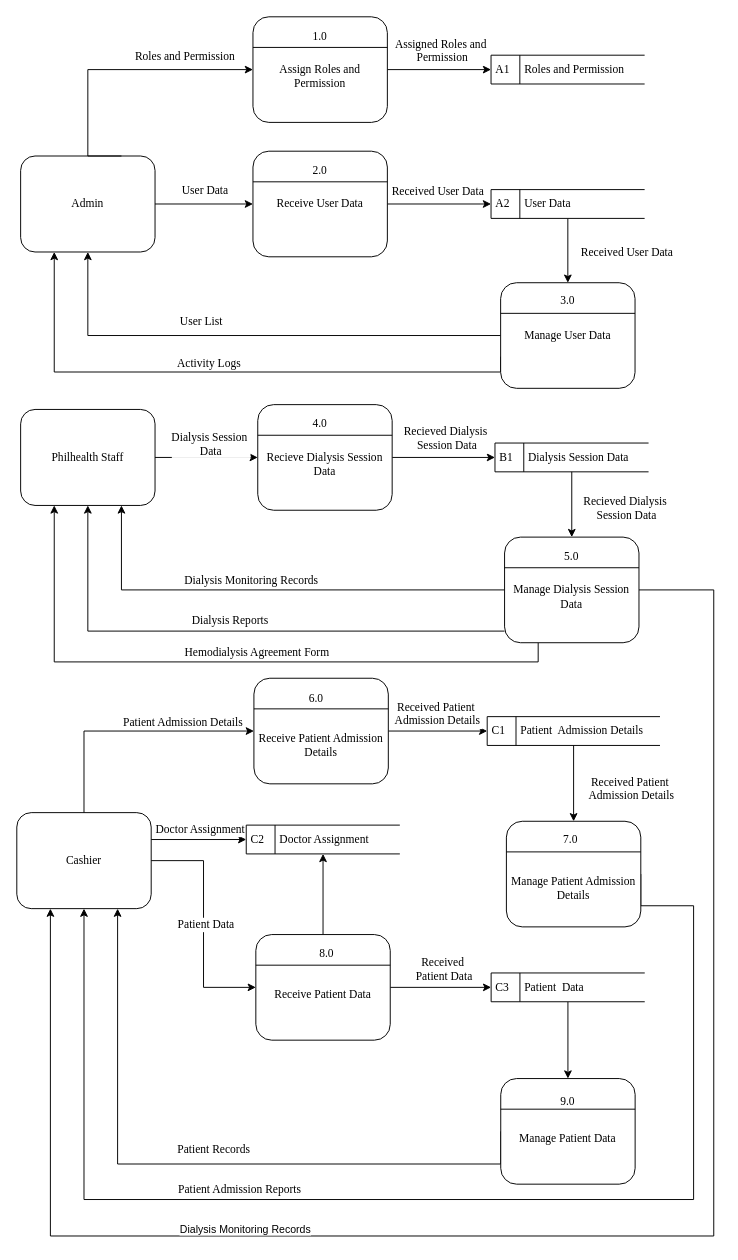
Earlier version of the draw.io diagram dataFlowDiagram.drawio (ferry-domingo/diagramDialySave). Source tidied: cells renumbered, new cells numbered last; positions are measured from the earlier drawing's top-left corner, leaving out a move shared by most shapes. Both pictures are drawn from the tidied source at 96%, with x=0, y=0 at pixel (16, 16).
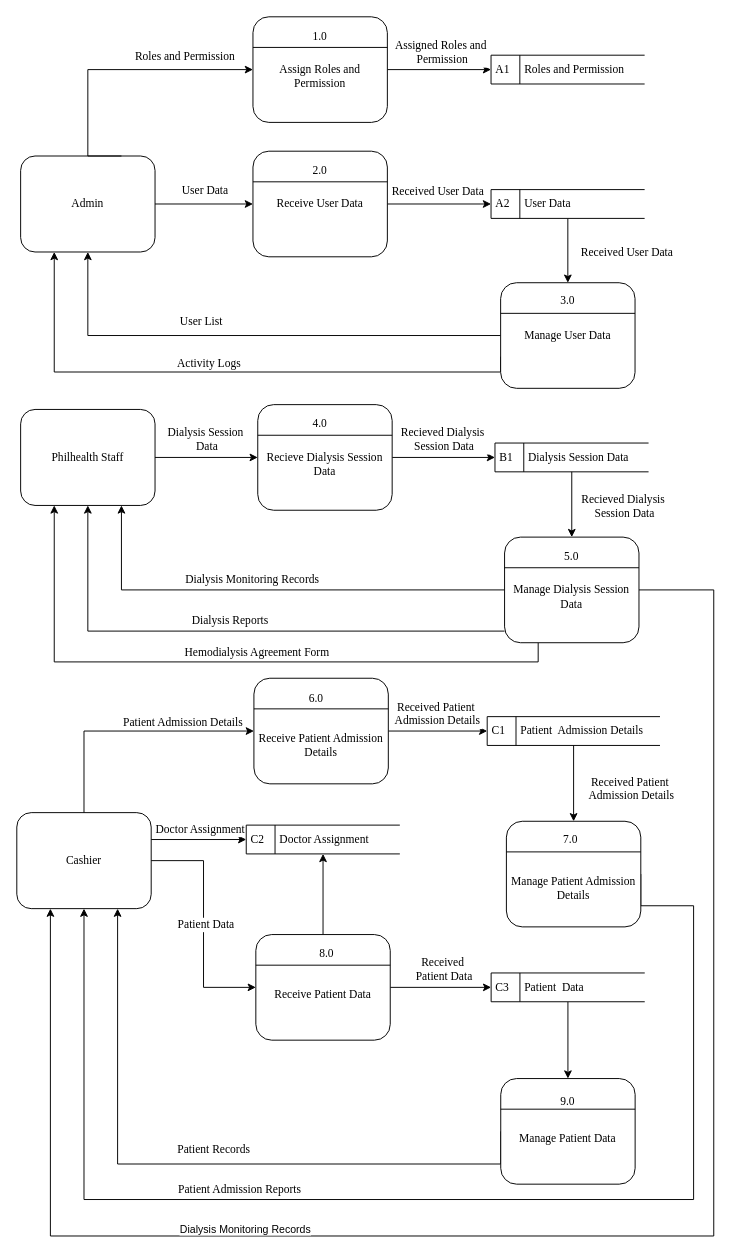
The same page after the edit.

The change refers to these unchanged cells:
```xml
<mxCell id="3" style="edgeStyle=orthogonalEdgeStyle;rounded=0;jettySize=auto;html=1;exitX=1;exitY=0.5;exitDx=0;exitDy=0;exitPerimeter=0;entryX=0;entryY=0.5;entryDx=0;entryDy=0;fontFamily=Times New Roman;fontSize=12;" parent="1" edge="1" source="5" target="10">
  <mxGeometry relative="1" as="geometry" />
</mxCell>
<mxCell id="7" style="edgeStyle=orthogonalEdgeStyle;rounded=0;jettySize=auto;html=1;exitX=1;exitY=0.5;exitDx=0;exitDy=0;entryX=0;entryY=0.5;entryDx=0;entryDy=0;entryPerimeter=0;fontFamily=Times New Roman;fontSize=12;" parent="1" edge="1" source="2" target="5">
  <mxGeometry relative="1" as="geometry" />
</mxCell>
<mxCell id="11" style="edgeStyle=orthogonalEdgeStyle;rounded=0;jettySize=auto;html=1;exitX=0;exitY=0.5;exitDx=0;exitDy=0;exitPerimeter=0;entryX=0.75;entryY=1;entryDx=0;entryDy=0;fontFamily=Times New Roman;fontSize=12;" parent="1" edge="1" source="19" target="2">
  <mxGeometry relative="1" as="geometry" />
</mxCell>
<mxCell id="20" style="edgeStyle=orthogonalEdgeStyle;rounded=0;jettySize=auto;html=1;exitX=0.5;exitY=1;exitDx=0;exitDy=0;entryX=0.5;entryY=0;entryDx=0;entryDy=0;entryPerimeter=0;fontFamily=Times New Roman;fontSize=12;" parent="1" edge="1" source="10" target="19">
  <mxGeometry relative="1" as="geometry" />
</mxCell>
<mxCell id="40" style="edgeStyle=orthogonalEdgeStyle;rounded=0;jettySize=auto;html=1;exitX=1;exitY=0.5;exitDx=0;exitDy=0;exitPerimeter=0;fontFamily=Times New Roman;fontSize=12;" parent="1" edge="1" source="42" target="45">
  <mxGeometry relative="1" as="geometry" />
</mxCell>
```

Diff of the diagram source:
```diff
@@
-    <mxCell id="4" value="&#10;&#10;Recieved Dialysis &#10;Session Data" style="edgeLabel;align=center;verticalAlign=middle;fontFamily=Times New Roman;fontSize=12;" parent="3" vertex="1">
+    <mxCell id="4" value="Recieved Dialysis &#10;Session Data" style="edgeLabel;align=center;verticalAlign=middle;fontFamily=Times New Roman;fontSize=12;" parent="3" vertex="1">
       <mxGeometry x="0.05" y="3" relative="1" as="geometry">
-        <mxPoint x="1" y="-32" as="offset" />
+        <mxPoint x="-2" y="-17" as="offset" />
       </mxGeometry>
     </mxCell>
@@
     <mxCell id="8" value="&lt;span&gt;Dialysis Session&amp;nbsp;&lt;/span&gt;&lt;div&gt;&lt;span&gt;Data&lt;/span&gt;&lt;/div&gt;" style="edgeLabel;html=1;align=center;verticalAlign=middle;fontFamily=Times New Roman;fontSize=12;" parent="7" vertex="1">
       <mxGeometry x="-0.12" y="2" relative="1" as="geometry">
-        <mxPoint x="10" y="-13" as="offset" />
+        <mxPoint x="6" y="-18" as="offset" />
       </mxGeometry>
     </mxCell>
@@
-    <mxCell id="12" value="&#10;&#10;Dialysis Monitoring Records" style="edgeLabel;align=center;verticalAlign=middle;fontFamily=Times New Roman;fontSize=12;" parent="11" vertex="1">
+    <mxCell id="12" value="Dialysis Monitoring Records" style="edgeLabel;align=center;verticalAlign=middle;fontFamily=Times New Roman;fontSize=12;" parent="11" vertex="1">
       <mxGeometry x="-0.02" y="-1" relative="1" as="geometry">
-        <mxPoint x="-25" y="-24" as="offset" />
+        <mxPoint x="-24" y="-11" as="offset" />
       </mxGeometry>
     </mxCell>
@@
-    <mxCell id="21" value="&lt;br style=&quot;padding: 0px; margin: 0px;&quot;&gt;Recieved Dialysis&amp;nbsp;&lt;div&gt;&lt;span style=&quot;background-color: light-dark(#ffffff, var(--ge-dark-color, #121212)); color: light-dark(rgb(0, 0, 0), rgb(255, 255, 255));&quot;&gt;Session&lt;/span&gt;&lt;span style=&quot;background-color: light-dark(#ffffff, var(--ge-dark-color, #121212)); color: light-dark(rgb(0, 0, 0), rgb(255, 255, 255));&quot;&gt;&amp;nbsp;Data&lt;/span&gt;&lt;/div&gt;" style="edgeLabel;html=1;align=center;verticalAlign=middle;fontFamily=Times New Roman;fontSize=12;" parent="20" vertex="1">
+    <mxCell id="21" value="Recieved Dialysis&amp;nbsp;&lt;div&gt;&lt;span style=&quot;background-color: light-dark(#ffffff, var(--ge-dark-color, #121212)); color: light-dark(rgb(0, 0, 0), rgb(255, 255, 255));&quot;&gt;Session&lt;/span&gt;&lt;span style=&quot;background-color: light-dark(#ffffff, var(--ge-dark-color, #121212)); color: light-dark(rgb(0, 0, 0), rgb(255, 255, 255));&quot;&gt;&amp;nbsp;Data&lt;/span&gt;&lt;/div&gt;" style="edgeLabel;html=1;align=center;verticalAlign=middle;fontFamily=Times New Roman;fontSize=12;" parent="20" vertex="1">
       <mxGeometry x="0.07" y="4" relative="1" as="geometry">
-        <mxPoint x="52" y="-6" as="offset" />
+        <mxPoint x="50" y="-1" as="offset" />
       </mxGeometry>
     </mxCell>
@@
-    <mxCell id="41" value="&#10;&#10;Assigned Roles and &#10;Permission" style="edgeLabel;align=center;verticalAlign=middle;fontFamily=Times New Roman;fontSize=12;" parent="40" vertex="1">
+    <mxCell id="41" value="Assigned Roles and &#10;Permission" style="edgeLabel;align=center;verticalAlign=middle;fontFamily=Times New Roman;fontSize=12;" parent="40" vertex="1">
       <mxGeometry x="-0.09" y="-1" relative="1" as="geometry">
-        <mxPoint x="8" y="-36" as="offset" />
+        <mxPoint x="8" y="-20" as="offset" />
       </mxGeometry>
     </mxCell>
```
